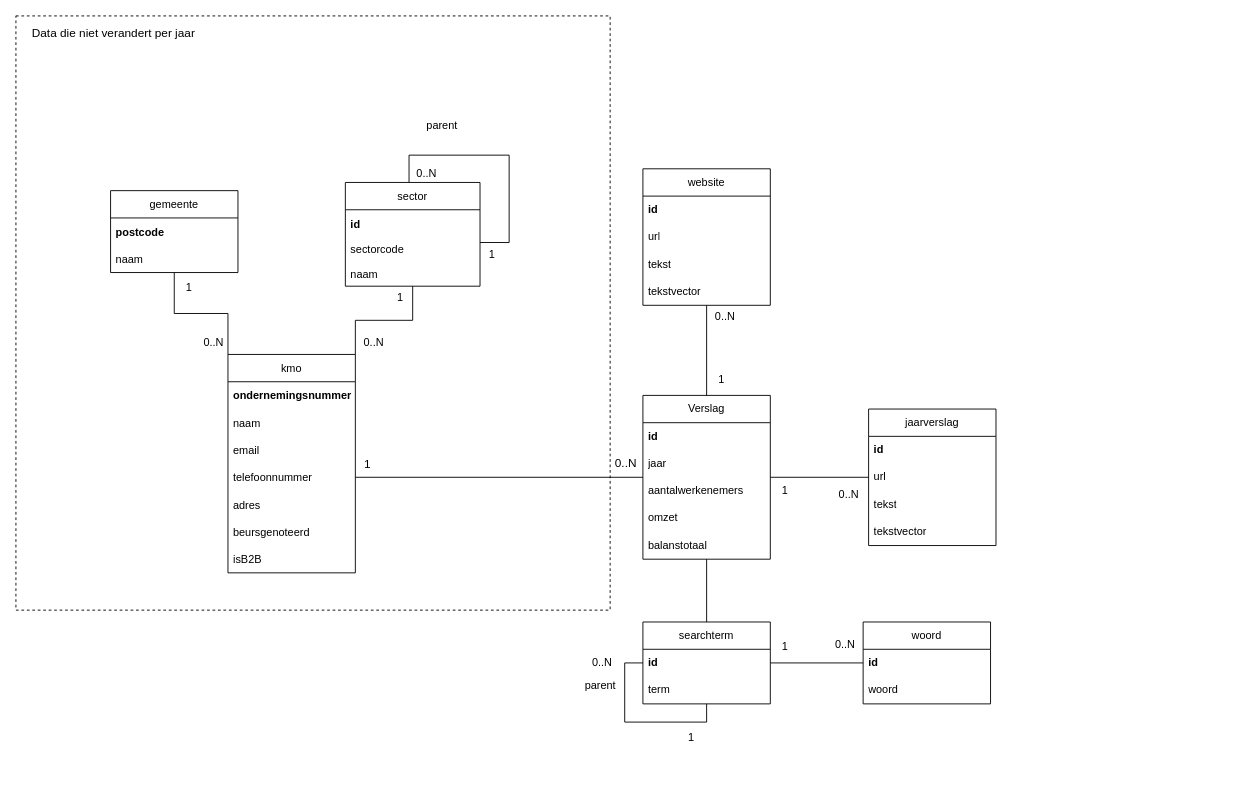
This is Analyse/EERD/EERD - Data Engineering Project 2.drawio from SiebeVCHoGent/DataEngineeringP2, a draw.io file, before an edit. Source tidied: cells renumbered, new cells numbered last; positions are measured from the earlier drawing's top-left corner, leaving out a move shared by most shapes. Both pictures are drawn from the tidied source at 91%, with x=0, y=0 at pixel (15, 15).
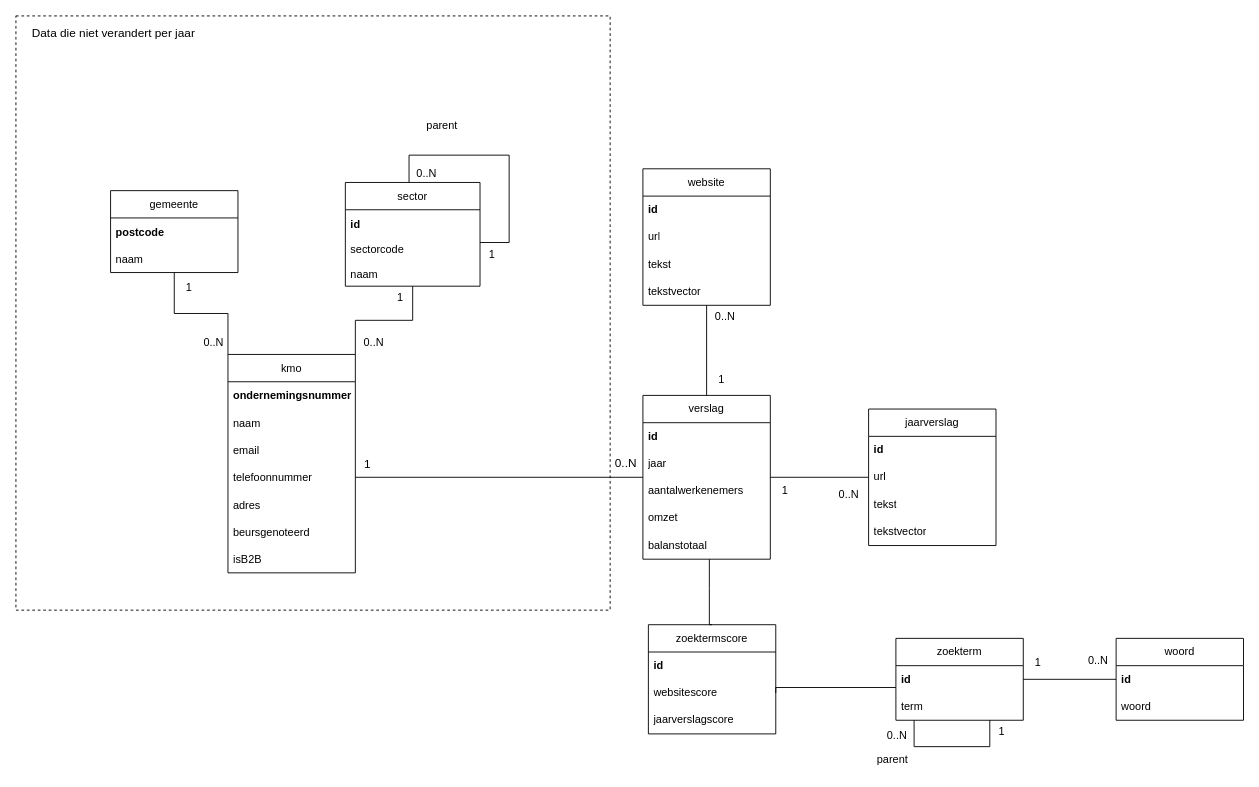
The same page after the edit.

The change refers to these unchanged cells:
```xml
<mxCell id="39" value="balanstotaal" style="text;strokeColor=none;fillColor=none;align=left;verticalAlign=middle;spacingLeft=4;spacingRight=4;overflow=hidden;points=[[0,0.5],[1,0.5]];portConstraint=eastwest;whiteSpace=wrap;html=1;" parent="34" vertex="1">
  <mxGeometry y="150" width="140" height="30" as="geometry" />
</mxCell>
<mxCell id="57" value="&lt;b&gt;id&lt;/b&gt;" style="text;strokeColor=none;fillColor=none;align=left;verticalAlign=middle;spacingLeft=4;spacingRight=4;overflow=hidden;points=[[0,0.5],[1,0.5]];portConstraint=eastwest;whiteSpace=wrap;html=1;" parent="55" vertex="1">
  <mxGeometry y="30" width="140" height="30" as="geometry" />
</mxCell>
<mxCell id="58" value="term" style="text;strokeColor=none;fillColor=none;align=left;verticalAlign=middle;spacingLeft=4;spacingRight=4;overflow=hidden;points=[[0,0.5],[1,0.5]];portConstraint=eastwest;whiteSpace=wrap;html=1;" parent="55" vertex="1">
  <mxGeometry y="60" width="140" height="30" as="geometry" />
</mxCell>
```

What changed in the source:
```diff
@@
-    <mxCell id="33" style="edgeStyle=orthogonalEdgeStyle;rounded=0;jettySize=auto;html=1;endArrow=none;endFill=0;" parent="1" edge="1" source="34" target="55">
-      <mxGeometry relative="1" as="geometry" />
-    </mxCell>
-    <mxCell id="34" value="Verslag" style="swimlane;fontStyle=0;horizontal=1;startSize=30;whiteSpace=wrap;html=1;" parent="1" vertex="1">
+    <mxCell id="34" value="verslag" style="swimlane;fontStyle=0;horizontal=1;startSize=30;whiteSpace=wrap;html=1;" parent="1" vertex="1">
       <mxGeometry x="689" y="417" width="140" height="180" as="geometry" />
     </mxCell>
@@
-    <mxCell id="55" value="searchterm" style="swimlane;fontStyle=0;horizontal=1;startSize=30;whiteSpace=wrap;html=1;" parent="1" vertex="1">
-      <mxGeometry x="689" y="666" width="140" height="90" as="geometry" />
+    <mxCell id="55" value="zoekterm" style="swimlane;fontStyle=0;horizontal=1;startSize=30;whiteSpace=wrap;html=1;" parent="1" vertex="1">
+      <mxGeometry x="967" y="684" width="140" height="90" as="geometry" />
     </mxCell>
-    <mxCell id="56" style="edgeStyle=orthogonalEdgeStyle;rounded=0;jettySize=auto;html=1;endArrow=none;endFill=0;" parent="55" edge="1" source="57" target="55">
-      <mxGeometry relative="1" as="geometry" />
+    <mxCell id="56" style="edgeStyle=orthogonalEdgeStyle;rounded=0;orthogonalLoop=1;jettySize=auto;html=1;endArrow=none;endFill=0;entryX=0.737;entryY=0.992;entryDx=0;entryDy=0;entryPerimeter=0;" parent="55" edge="1" source="58" target="58">
+      <mxGeometry relative="1" as="geometry">
+        <Array as="points">
+          <mxPoint x="20" y="119" />
+          <mxPoint x="103" y="119" />
+        </Array>
+      </mxGeometry>
     </mxCell>
@@
     <mxCell id="59" value="parent" style="text;html=1;align=center;verticalAlign=middle;strokeColor=none;fillColor=none;" parent="1" vertex="1">
-      <mxGeometry x="616" y="723" width="52" height="26" as="geometry" />
+      <mxGeometry x="937" y="804" width="52" height="26" as="geometry" />
     </mxCell>
     <mxCell id="60" value="1" style="text;html=1;align=center;verticalAlign=middle;strokeColor=none;fillColor=none;" parent="1" vertex="1">
-      <mxGeometry x="729" y="780" width="25" height="26" as="geometry" />
+      <mxGeometry x="1070" y="774" width="25" height="26" as="geometry" />
     </mxCell>
     <mxCell id="61" value="0..N" style="text;html=1;align=center;verticalAlign=middle;strokeColor=none;fillColor=none;" parent="1" vertex="1">
-      <mxGeometry x="624" y="698" width="40" height="26" as="geometry" />
+      <mxGeometry x="948" y="778" width="40" height="26" as="geometry" />
     </mxCell>
@@
     <mxCell id="63" value="woord" style="swimlane;fontStyle=0;horizontal=1;startSize=30;whiteSpace=wrap;html=1;" parent="1" vertex="1">
-      <mxGeometry x="931" y="666" width="140" height="90" as="geometry" />
+      <mxGeometry x="1209" y="684" width="140" height="90" as="geometry" />
     </mxCell>
@@
     <mxCell id="66" value="1" style="text;html=1;align=center;verticalAlign=middle;strokeColor=none;fillColor=none;" parent="1" vertex="1">
-      <mxGeometry x="832" y="680" width="25" height="26" as="geometry" />
+      <mxGeometry x="1110" y="698" width="25" height="26" as="geometry" />
     </mxCell>
     <mxCell id="67" value="0..N" style="text;html=1;align=center;verticalAlign=middle;strokeColor=none;fillColor=none;" parent="1" vertex="1">
-      <mxGeometry x="891" y="678" width="40" height="26" as="geometry" />
+      <mxGeometry x="1169" y="696" width="40" height="26" as="geometry" />
     </mxCell>
+    <mxCell id="68" value="zoektermscore" style="swimlane;fontStyle=0;horizontal=1;startSize=30;whiteSpace=wrap;html=1;" parent="1" vertex="1">
+      <mxGeometry x="695" y="669" width="140" height="120" as="geometry" />
+    </mxCell>
+    <mxCell id="69" value="&lt;b&gt;id&lt;/b&gt;" style="text;strokeColor=none;fillColor=none;align=left;verticalAlign=middle;spacingLeft=4;spacingRight=4;overflow=hidden;whiteSpace=wrap;html=1;" parent="68" vertex="1">
+      <mxGeometry y="30" width="140" height="30" as="geometry" />
+    </mxCell>
+    <mxCell id="70" value="websitescore" style="text;strokeColor=none;fillColor=none;align=left;verticalAlign=middle;spacingLeft=4;spacingRight=4;overflow=hidden;points=[[0,0.5],[1,0.5]];portConstraint=eastwest;whiteSpace=wrap;html=1;" parent="68" vertex="1">
+      <mxGeometry y="60" width="140" height="30" as="geometry" />
+    </mxCell>
+    <mxCell id="71" value="jaarverslagscore&lt;br&gt;" style="text;strokeColor=none;fillColor=none;align=left;verticalAlign=middle;spacingLeft=4;spacingRight=4;overflow=hidden;whiteSpace=wrap;html=1;" parent="68" vertex="1">
+      <mxGeometry y="90" width="140" height="30" as="geometry" />
+    </mxCell>
+    <mxCell id="72" style="edgeStyle=orthogonalEdgeStyle;rounded=0;jettySize=auto;html=1;endArrow=none;endFill=0;entryX=0.5;entryY=0;entryDx=0;entryDy=0;" parent="1" edge="1" source="39" target="68">
+      <mxGeometry relative="1" as="geometry">
+        <Array as="points">
+          <mxPoint x="762" y="629" />
+          <mxPoint x="762" y="629" />
+        </Array>
+      </mxGeometry>
+    </mxCell>
+    <mxCell id="73" style="edgeStyle=orthogonalEdgeStyle;rounded=0;jettySize=auto;html=1;endArrow=none;endFill=0;entryX=1;entryY=0.5;entryDx=0;entryDy=0;" parent="1" edge="1" source="57" target="70">
+      <mxGeometry relative="1" as="geometry">
+        <Array as="points">
+          <mxPoint x="835" y="738" />
+        </Array>
+      </mxGeometry>
+    </mxCell>
```
